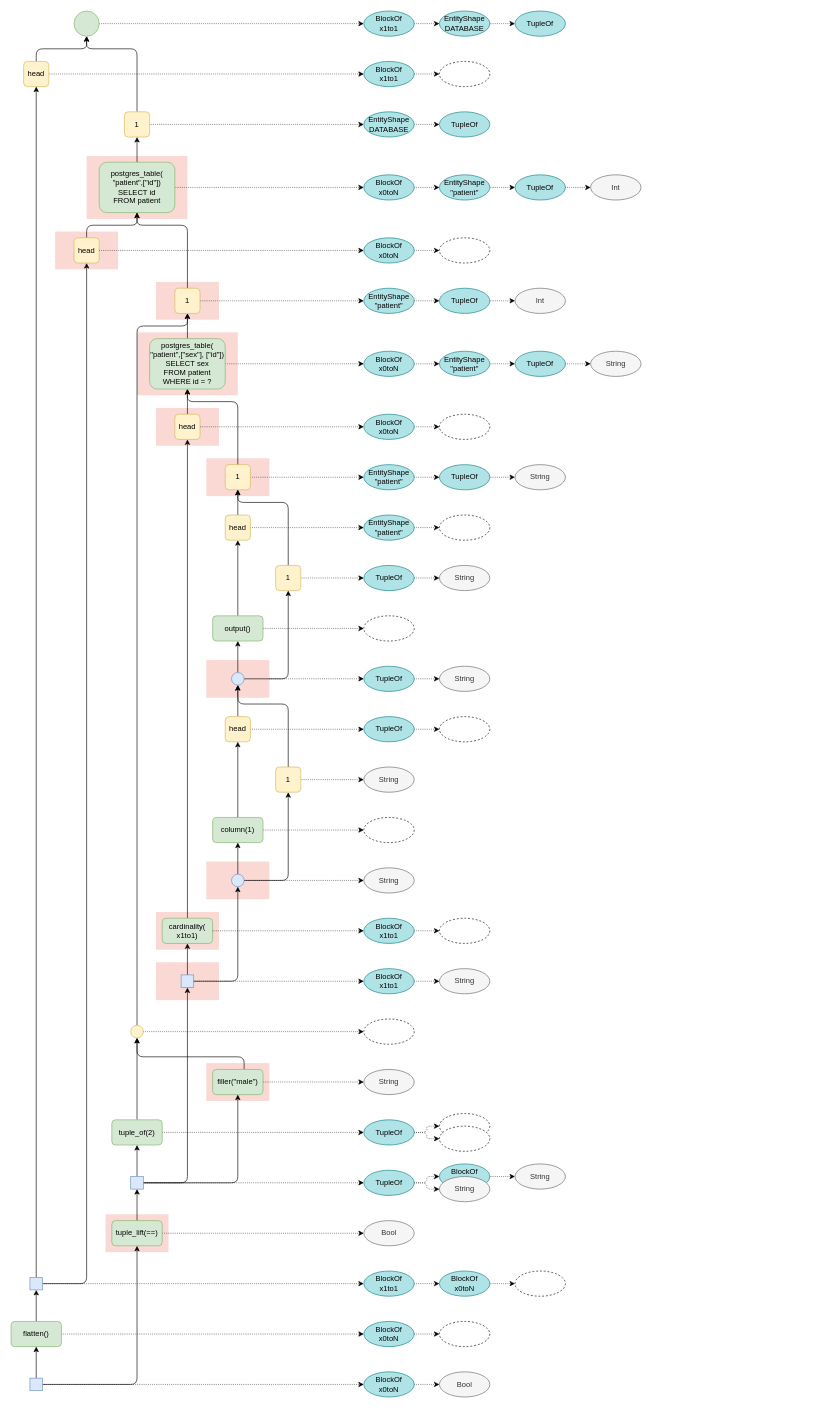
Before: page 6 of 11 of sql-tracing.drawio in rbt-lang/diagrams, a draw.io diagram. Source tidied: cells renumbered, new cells numbered last; positions are measured from the earlier drawing's top-left corner, leaving out a move shared by most shapes. Both pictures are drawn from the tidied source at 63%, with x=0, y=0 at pixel (11, 11).
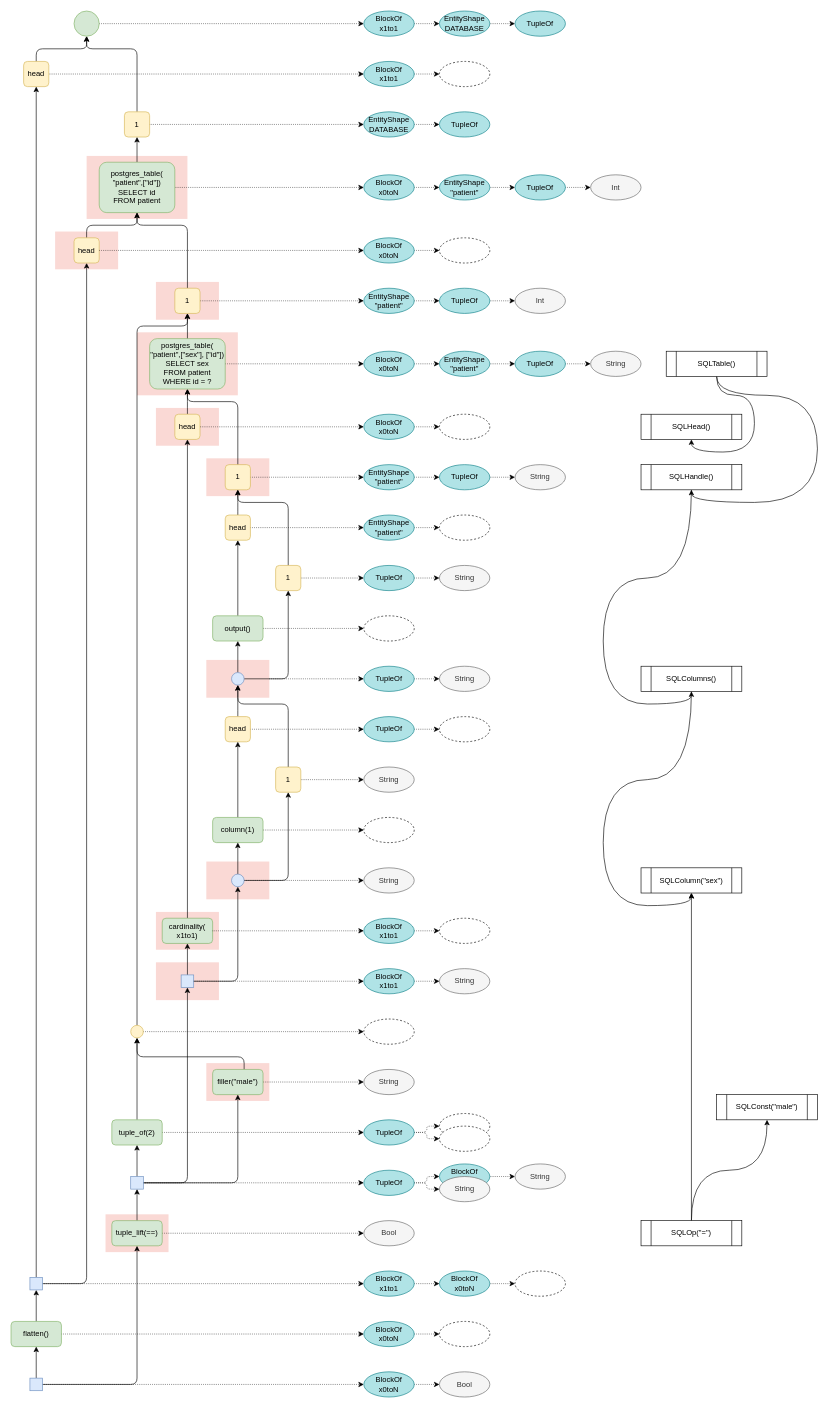
The same page after the edit.

Change to the diagram source:
```diff
@@
+    <mxCell id="190" style="edgeStyle=orthogonalEdgeStyle;rounded=0;jettySize=auto;html=1;entryX=0.5;entryY=1;entryDx=0;entryDy=0;" parent="1" edge="1" source="192" target="194">
+      <mxGeometry relative="1" as="geometry" />
+    </mxCell>
+    <mxCell id="191" style="edgeStyle=orthogonalEdgeStyle;rounded=0;jettySize=auto;html=1;entryX=0.5;entryY=1;entryDx=0;entryDy=0;curved=1;" parent="1" edge="1" source="192" target="193">
+      <mxGeometry relative="1" as="geometry" />
+    </mxCell>
+    <mxCell id="192" value="SQLOp(&quot;=&quot;)" style="shape=process;whiteSpace=wrap;html=1;backgroundOutline=1;" parent="1" vertex="1">
+      <mxGeometry x="1000" y="1920" width="160" height="40" as="geometry" />
+    </mxCell>
+    <mxCell id="193" value="SQLConst(&quot;male&quot;)" style="shape=process;whiteSpace=wrap;html=1;backgroundOutline=1;" parent="1" vertex="1">
+      <mxGeometry x="1120" y="1720" width="160" height="40" as="geometry" />
+    </mxCell>
+    <mxCell id="194" value="SQLColumn(&quot;sex&quot;)" style="shape=process;whiteSpace=wrap;html=1;backgroundOutline=1;" parent="1" vertex="1">
+      <mxGeometry x="1000" y="1360" width="160" height="40" as="geometry" />
+    </mxCell>
+    <mxCell id="195" style="edgeStyle=orthogonalEdgeStyle;curved=1;rounded=0;jettySize=auto;html=1;entryX=0.5;entryY=1;entryDx=0;entryDy=0;" parent="1" edge="1" source="196" target="194">
+      <mxGeometry relative="1" as="geometry">
+        <Array as="points">
+          <mxPoint x="1080" y="1220" />
+          <mxPoint x="940" y="1220" />
+          <mxPoint x="940" y="1420" />
+          <mxPoint x="1080" y="1420" />
+        </Array>
+      </mxGeometry>
+    </mxCell>
+    <mxCell id="196" value="SQLColumns()" style="shape=process;whiteSpace=wrap;html=1;backgroundOutline=1;" parent="1" vertex="1">
+      <mxGeometry x="1000" y="1040" width="160" height="40" as="geometry" />
+    </mxCell>
+    <mxCell id="197" style="edgeStyle=orthogonalEdgeStyle;curved=1;rounded=0;jettySize=auto;html=1;entryX=0.5;entryY=1;entryDx=0;entryDy=0;" parent="1" edge="1" source="198" target="196">
+      <mxGeometry relative="1" as="geometry">
+        <Array as="points">
+          <mxPoint x="1080" y="900" />
+          <mxPoint x="940" y="900" />
+          <mxPoint x="940" y="1100" />
+          <mxPoint x="1080" y="1100" />
+        </Array>
+      </mxGeometry>
+    </mxCell>
+    <mxCell id="198" value="SQLHandle()" style="shape=process;whiteSpace=wrap;html=1;backgroundOutline=1;" parent="1" vertex="1">
+      <mxGeometry x="1000" y="720" width="160" height="40" as="geometry" />
+    </mxCell>
+    <mxCell id="199" value="SQLHead()" style="shape=process;whiteSpace=wrap;html=1;backgroundOutline=1;" parent="1" vertex="1">
+      <mxGeometry x="1000" y="640" width="160" height="40" as="geometry" />
+    </mxCell>
+    <mxCell id="200" style="edgeStyle=orthogonalEdgeStyle;curved=1;rounded=0;jettySize=auto;html=1;entryX=0.5;entryY=1;entryDx=0;entryDy=0;" parent="1" edge="1" source="202" target="199">
+      <mxGeometry relative="1" as="geometry" />
+    </mxCell>
+    <mxCell id="201" style="edgeStyle=orthogonalEdgeStyle;curved=1;rounded=0;jettySize=auto;html=1;entryX=0.5;entryY=1;entryDx=0;entryDy=0;" parent="1" edge="1" source="202" target="198">
+      <mxGeometry relative="1" as="geometry">
+        <Array as="points">
+          <mxPoint x="1120" y="610" />
+          <mxPoint x="1280" y="610" />
+          <mxPoint x="1280" y="780" />
+          <mxPoint x="1080" y="780" />
+        </Array>
+      </mxGeometry>
+    </mxCell>
+    <mxCell id="202" value="SQLTable()" style="shape=process;whiteSpace=wrap;html=1;backgroundOutline=1;" parent="1" vertex="1">
+      <mxGeometry x="1040" y="540" width="160" height="40" as="geometry" />
+    </mxCell>
```
